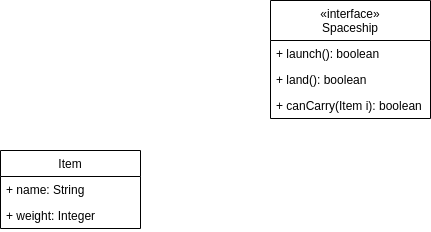
Above: docs/class_diagram.drawio.png in NightlySide/JavaSpaceChallenge (draw.io), before the change. Source tidied: cells renumbered, new cells last; positions are measured from the earlier drawing's top-left corner, leaving out a move shared by most shapes.
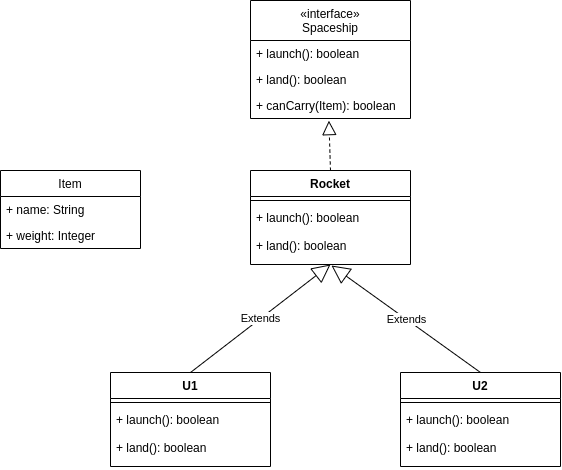
After the commit.

Commit message:
MAJ diagramme de classe

What changed in the source:
```diff
@@ -11,8 +11,11 @@
     <mxCell id="4" value="+ weight: Integer" style="text;strokeColor=none;fillColor=none;align=left;verticalAlign=top;spacingLeft=4;spacingRight=4;overflow=hidden;" parent="2" vertex="1">
       <mxGeometry y="52" width="140" height="26" as="geometry" />
     </mxCell>
+    <mxCell id="9" style="endArrow=block;dashed=1;endFill=0;endSize=12;html=1;exitX=0.5;exitY=0;exitDx=0;exitDy=0;entryX=0.49;entryY=1.083;entryDx=0;entryDy=0;entryPerimeter=0;" parent="1" edge="1" source="18" target="8">
+      <mxGeometry relative="1" as="geometry" />
+    </mxCell>
     <mxCell id="5" value="«interface»&#10;Spaceship" style="swimlane;fontStyle=0;horizontal=1;startSize=40;fillColor=none;" parent="1" vertex="1">
-      <mxGeometry x="270" width="160" height="118" as="geometry" />
+      <mxGeometry x="250" y="-20" width="160" height="118" as="geometry" />
     </mxCell>
     <mxCell id="6" value="+ launch(): boolean" style="text;strokeColor=none;fillColor=none;align=left;verticalAlign=top;spacingLeft=4;spacingRight=4;overflow=hidden;" parent="5" vertex="1">
       <mxGeometry y="40" width="160" height="26" as="geometry" />
@@ -20,8 +23,41 @@
     <mxCell id="7" value="+ land(): boolean" style="text;strokeColor=none;fillColor=none;align=left;verticalAlign=top;spacingLeft=4;spacingRight=4;overflow=hidden;" parent="5" vertex="1">
       <mxGeometry y="66" width="160" height="26" as="geometry" />
     </mxCell>
-    <mxCell id="8" value="+ canCarry(Item i): boolean" style="text;strokeColor=none;fillColor=none;align=left;verticalAlign=top;spacingLeft=4;spacingRight=4;overflow=hidden;points=[[0,0.5],[1,0.5]];portConstraint=eastwest;" parent="5" vertex="1">
+    <mxCell id="8" value="+ canCarry(Item): boolean" style="text;strokeColor=none;fillColor=none;align=left;verticalAlign=top;spacingLeft=4;spacingRight=4;overflow=hidden;points=[[0,0.5],[1,0.5]];portConstraint=eastwest;" parent="5" vertex="1">
       <mxGeometry y="92" width="160" height="26" as="geometry" />
     </mxCell>
+    <mxCell id="10" value="Extends" style="endArrow=block;endSize=16;endFill=0;html=1;exitX=0.5;exitY=0;exitDx=0;exitDy=0;entryX=0.5;entryY=1;entryDx=0;entryDy=0;" parent="1" edge="1" source="12" target="18">
+      <mxGeometry relative="1" as="geometry" />
+    </mxCell>
+    <mxCell id="11" value="Extends" style="endArrow=block;endSize=16;endFill=0;html=1;exitX=0.5;exitY=0;exitDx=0;exitDy=0;entryX=0.506;entryY=1.017;entryDx=0;entryDy=0;entryPerimeter=0;" parent="1" edge="1" source="15" target="20">
+      <mxGeometry relative="1" as="geometry" />
+    </mxCell>
+    <mxCell id="12" value="U1" style="swimlane;fontStyle=1;align=center;verticalAlign=top;horizontal=1;startSize=26;" parent="1" vertex="1">
+      <mxGeometry x="110" y="352" width="160" height="94" as="geometry" />
+    </mxCell>
+    <mxCell id="13" style="line;strokeWidth=1;fillColor=none;align=left;verticalAlign=middle;spacingTop=-1;spacingLeft=3;spacingRight=3;labelPosition=right;" parent="12" vertex="1">
+      <mxGeometry y="26" width="160" height="8" as="geometry" />
+    </mxCell>
+    <mxCell id="14" value="+ launch(): boolean&#10;&#10;+ land(): boolean" style="text;strokeColor=none;fillColor=none;align=left;verticalAlign=top;spacingLeft=4;spacingRight=4;overflow=hidden;" parent="12" vertex="1">
+      <mxGeometry y="34" width="160" height="60" as="geometry" />
+    </mxCell>
+    <mxCell id="15" value="U2" style="swimlane;fontStyle=1;align=center;verticalAlign=top;horizontal=1;startSize=26;" parent="1" vertex="1">
+      <mxGeometry x="400" y="352" width="160" height="94" as="geometry" />
+    </mxCell>
+    <mxCell id="16" style="line;strokeWidth=1;fillColor=none;align=left;verticalAlign=middle;spacingTop=-1;spacingLeft=3;spacingRight=3;labelPosition=right;" parent="15" vertex="1">
+      <mxGeometry y="26" width="160" height="8" as="geometry" />
+    </mxCell>
+    <mxCell id="17" value="+ launch(): boolean&#10;&#10;+ land(): boolean" style="text;strokeColor=none;fillColor=none;align=left;verticalAlign=top;spacingLeft=4;spacingRight=4;overflow=hidden;" parent="15" vertex="1">
+      <mxGeometry y="34" width="160" height="60" as="geometry" />
+    </mxCell>
+    <mxCell id="18" value="Rocket" style="swimlane;fontStyle=1;align=center;verticalAlign=top;horizontal=1;startSize=26;" parent="1" vertex="1">
+      <mxGeometry x="250" y="150" width="160" height="94" as="geometry" />
+    </mxCell>
+    <mxCell id="19" style="line;strokeWidth=1;fillColor=none;align=left;verticalAlign=middle;spacingTop=-1;spacingLeft=3;spacingRight=3;labelPosition=right;" parent="18" vertex="1">
+      <mxGeometry y="26" width="160" height="8" as="geometry" />
+    </mxCell>
+    <mxCell id="20" value="+ launch(): boolean&#10;&#10;+ land(): boolean" style="text;strokeColor=none;fillColor=none;align=left;verticalAlign=top;spacingLeft=4;spacingRight=4;overflow=hidden;points=[[0,0.5],[1,0.5]];portConstraint=eastwest;" parent="18" vertex="1">
+      <mxGeometry y="34" width="160" height="60" as="geometry" />
+    </mxCell>
   </root>
 </mxGraphModel>
```
